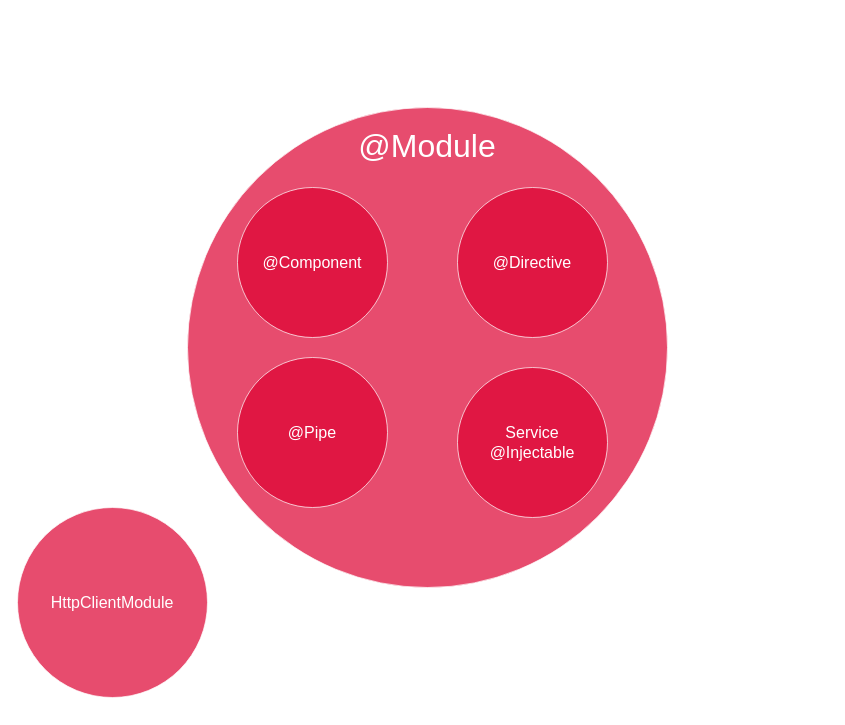
Before: page "Angular" (4 of 5) of TypeScript.drawio in gjungb/Zeichnungen, a draw.io diagram. Source tidied: cells renumbered, new cells numbered last; positions are measured from the earlier drawing's top-left corner, leaving out a move shared by most shapes. Both pictures are drawn from the tidied source at 100%, with x=0, y=0 at pixel (17, 107).
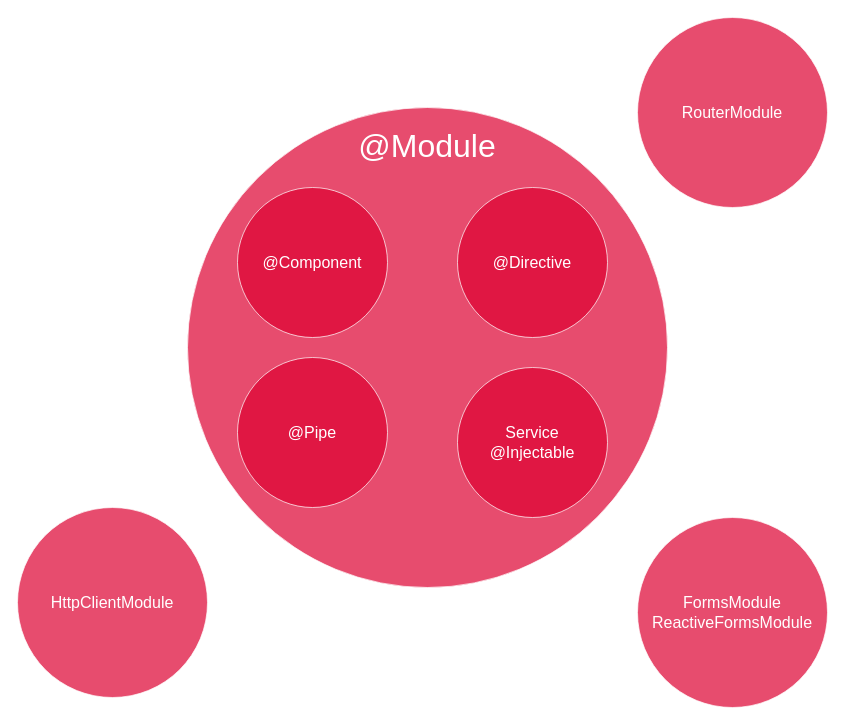
Above is the later version.

What changed in the source:
```diff
@@
 <mxGraphModel>
   <root>
     <mxCell id="0" />
     <mxCell id="1" parent="0" />
     <mxCell id="2" value="@Module" style="ellipse;whiteSpace=wrap;html=1;fillColor=#DD0031;fontSize=32;fontColor=#FFFFFF;align=center;fontFamily=Fira Code;spacingRight=0;verticalAlign=top;spacing=15;strokeColor=#FFFFFF;opacity=70;" parent="1" vertex="1">
       <mxGeometry x="170" width="480" height="480" as="geometry" />
     </mxCell>
     <mxCell id="3" value="@Component" style="ellipse;whiteSpace=wrap;html=1;fillColor=#DD0031;fontSize=16;fontColor=#FFFFFF;align=center;fontFamily=Fira Code;spacingRight=0;verticalAlign=middle;spacing=15;strokeColor=#FFFFFF;opacity=70;" parent="1" vertex="1">
       <mxGeometry x="220" y="80" width="150" height="150" as="geometry" />
     </mxCell>
     <mxCell id="4" value="@Directive" style="ellipse;whiteSpace=wrap;html=1;fillColor=#DD0031;fontSize=16;fontColor=#FFFFFF;align=center;fontFamily=Fira Code;spacingRight=0;verticalAlign=middle;spacing=15;strokeColor=#FFFFFF;opacity=70;" parent="1" vertex="1">
       <mxGeometry x="440" y="80" width="150" height="150" as="geometry" />
     </mxCell>
     <mxCell id="5" value="@Pipe" style="ellipse;whiteSpace=wrap;html=1;fillColor=#DD0031;fontSize=16;fontColor=#FFFFFF;align=center;fontFamily=Fira Code;spacingRight=0;verticalAlign=middle;spacing=15;strokeColor=#FFFFFF;opacity=70;" parent="1" vertex="1">
       <mxGeometry x="220" y="250" width="150" height="150" as="geometry" />
     </mxCell>
     <mxCell id="6" value="Service&lt;br&gt;@Injectable" style="ellipse;whiteSpace=wrap;html=1;fillColor=#DD0031;fontSize=16;fontColor=#FFFFFF;align=center;fontFamily=Fira Code;spacingRight=0;verticalAlign=middle;spacing=15;strokeColor=#FFFFFF;opacity=70;" parent="1" vertex="1">
       <mxGeometry x="440" y="260" width="150" height="150" as="geometry" />
     </mxCell>
     <mxCell id="7" value="HttpClientModule" style="ellipse;whiteSpace=wrap;html=1;fillColor=#DD0031;fontSize=16;fontColor=#FFFFFF;align=center;fontFamily=Fira Code;spacingRight=0;verticalAlign=middle;spacing=15;strokeColor=#FFFFFF;opacity=70;" parent="1" vertex="1">
       <mxGeometry y="400" width="190" height="190" as="geometry" />
     </mxCell>
+    <mxCell id="8" value="FormsModule&lt;br&gt;ReactiveFormsModule" style="ellipse;whiteSpace=wrap;html=1;fillColor=#DD0031;fontSize=16;fontColor=#FFFFFF;align=center;fontFamily=Fira Code;spacingRight=0;verticalAlign=middle;spacing=15;strokeColor=#FFFFFF;opacity=70;" parent="1" vertex="1">
+      <mxGeometry x="620" y="410" width="190" height="190" as="geometry" />
+    </mxCell>
+    <mxCell id="9" value="RouterModule" style="ellipse;whiteSpace=wrap;html=1;fillColor=#DD0031;fontSize=16;fontColor=#FFFFFF;align=center;fontFamily=Fira Code;spacingRight=0;verticalAlign=middle;spacing=15;strokeColor=#FFFFFF;opacity=70;" parent="1" vertex="1">
+      <mxGeometry x="620" y="-90" width="190" height="190" as="geometry" />
+    </mxCell>
   </root>
 </mxGraphModel>
```
